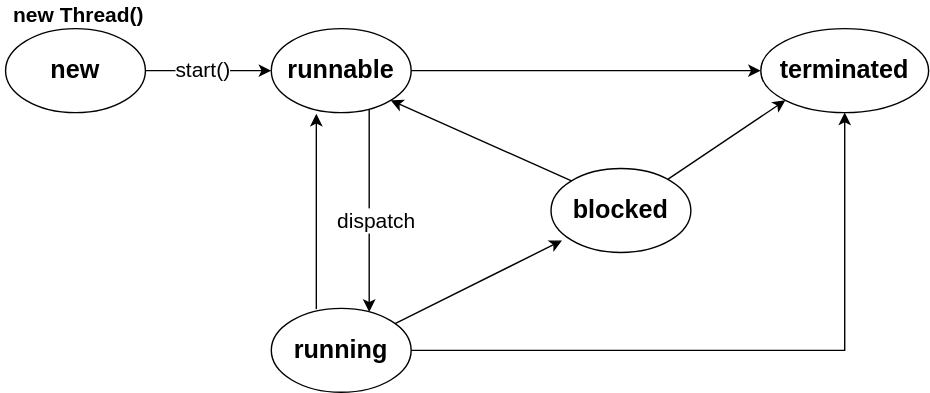
This is diagrams/java/se/05.thread.svg from Alice52/diagrams, a draw.io export, as it was before one commit. Source tidied: cells renumbered, new cells last; positions are measured from the earlier drawing's top-left corner, leaving out a move shared by most shapes. The source it was exported from:
```xml
<mxGraphModel>
  <root>
    <mxCell id="0" />
    <mxCell id="1" parent="0" />
    <mxCell id="2" style="edgeStyle=orthogonalEdgeStyle;rounded=0;jettySize=auto;html=1;" parent="1" edge="1" source="4" target="9">
      <mxGeometry relative="1" as="geometry">
        <Array as="points">
          <mxPoint x="123" y="50" />
          <mxPoint x="123" y="50" />
        </Array>
      </mxGeometry>
    </mxCell>
    <mxCell id="3" value="&lt;font size=&quot;1&quot;&gt;&lt;span style=&quot;font-size: 15px&quot;&gt;start()&lt;/span&gt;&lt;/font&gt;" style="edgeLabel;html=1;align=center;verticalAlign=middle;" parent="2" vertex="1">
      <mxGeometry x="-0.58" y="1" relative="1" as="geometry">
        <mxPoint x="21" y="-1" as="offset" />
      </mxGeometry>
    </mxCell>
    <mxCell id="4" value="&lt;b&gt;&lt;font style=&quot;font-size: 18px&quot;&gt;new&lt;/font&gt;&lt;/b&gt;" style="ellipse;whiteSpace=wrap;html=1;" parent="1" vertex="1">
      <mxGeometry x="3" y="20" width="100" height="60" as="geometry" />
    </mxCell>
    <mxCell id="5" value="&lt;b&gt;&lt;font style=&quot;font-size: 15px&quot;&gt;new Thread()&lt;/font&gt;&lt;/b&gt;" style="text;html=1;align=center;verticalAlign=middle;" parent="1" vertex="1">
      <mxGeometry width="110" height="20" as="geometry" />
    </mxCell>
    <mxCell id="6" style="edgeStyle=orthogonalEdgeStyle;rounded=0;jettySize=auto;html=1;" parent="1" edge="1" source="9" target="12">
      <mxGeometry relative="1" as="geometry">
        <Array as="points">
          <mxPoint x="263" y="120" />
          <mxPoint x="263" y="120" />
        </Array>
      </mxGeometry>
    </mxCell>
    <mxCell id="7" value="&lt;font style=&quot;font-size: 15px&quot;&gt;dispatch&lt;/font&gt;" style="edgeLabel;html=1;align=center;verticalAlign=middle;" parent="6" vertex="1">
      <mxGeometry x="0.26" y="4" relative="1" as="geometry">
        <mxPoint y="-11.5" as="offset" />
      </mxGeometry>
    </mxCell>
    <mxCell id="8" style="edgeStyle=orthogonalEdgeStyle;rounded=0;jettySize=auto;html=1;entryX=0;entryY=0.5;entryDx=0;entryDy=0;" parent="1" edge="1" source="9" target="13">
      <mxGeometry relative="1" as="geometry" />
    </mxCell>
    <mxCell id="9" value="&lt;b&gt;&lt;font style=&quot;font-size: 18px&quot;&gt;runnable&lt;/font&gt;&lt;/b&gt;" style="ellipse;whiteSpace=wrap;html=1;" parent="1" vertex="1">
      <mxGeometry x="193" y="20" width="100" height="60" as="geometry" />
    </mxCell>
    <mxCell id="10" style="edgeStyle=orthogonalEdgeStyle;rounded=0;jettySize=auto;html=1;exitX=0.322;exitY=0.009;exitDx=0;exitDy=0;entryX=0.322;entryY=1.014;entryDx=0;entryDy=0;entryPerimeter=0;exitPerimeter=0;" parent="1" edge="1" source="12" target="9">
      <mxGeometry relative="1" as="geometry" />
    </mxCell>
    <mxCell id="11" style="edgeStyle=orthogonalEdgeStyle;rounded=0;jettySize=auto;html=1;entryX=0.5;entryY=1;entryDx=0;entryDy=0;" parent="1" edge="1" source="12" target="13">
      <mxGeometry relative="1" as="geometry" />
    </mxCell>
    <mxCell id="12" value="&lt;b&gt;&lt;font style=&quot;font-size: 18px&quot;&gt;running&lt;/font&gt;&lt;/b&gt;" style="ellipse;whiteSpace=wrap;html=1;" parent="1" vertex="1">
      <mxGeometry x="193" y="220" width="100" height="60" as="geometry" />
    </mxCell>
    <mxCell id="13" value="&lt;b&gt;&lt;font style=&quot;font-size: 18px&quot;&gt;terminated&lt;/font&gt;&lt;/b&gt;" style="ellipse;whiteSpace=wrap;html=1;" parent="1" vertex="1">
      <mxGeometry x="543" y="20" width="120" height="60" as="geometry" />
    </mxCell>
    <mxCell id="14" value="&lt;b&gt;&lt;font style=&quot;font-size: 18px&quot;&gt;blocked&lt;/font&gt;&lt;/b&gt;" style="ellipse;whiteSpace=wrap;html=1;" parent="1" vertex="1">
      <mxGeometry x="393" y="120" width="100" height="60" as="geometry" />
    </mxCell>
    <mxCell id="15" style="endArrow=classic;html=1;entryX=1;entryY=1;entryDx=0;entryDy=0;exitX=0;exitY=0;exitDx=0;exitDy=0;" parent="1" edge="1" source="14" target="9">
      <mxGeometry relative="1" as="geometry" />
    </mxCell>
    <mxCell id="16" style="endArrow=classic;html=1;entryX=0.079;entryY=0.857;entryDx=0;entryDy=0;entryPerimeter=0;" parent="1" edge="1" source="12" target="14">
      <mxGeometry relative="1" as="geometry" />
    </mxCell>
    <mxCell id="17" style="endArrow=classic;html=1;entryX=0;entryY=1;entryDx=0;entryDy=0;" parent="1" edge="1" source="14" target="13">
      <mxGeometry relative="1" as="geometry" />
    </mxCell>
  </root>
</mxGraphModel>
```
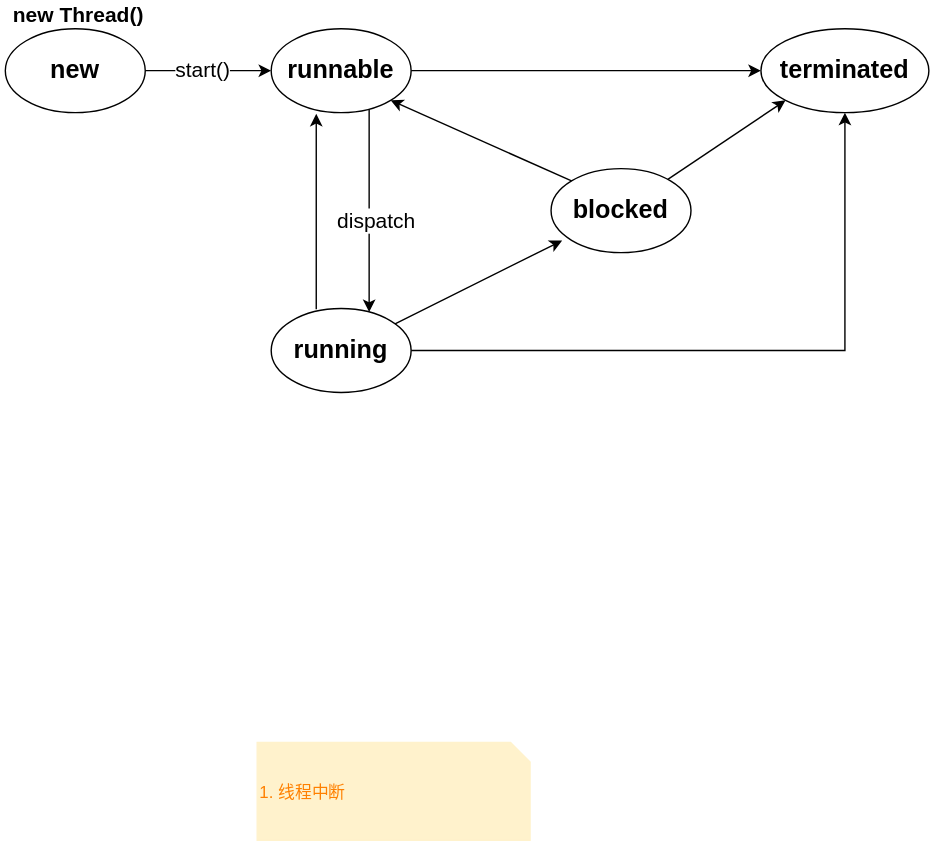
Above is the later version.

What changed in the source:
```diff
@@ -64,5 +64,8 @@
     <mxCell id="17" style="endArrow=classic;html=1;entryX=0;entryY=1;entryDx=0;entryDy=0;" parent="1" edge="1" source="14" target="13">
       <mxGeometry relative="1" as="geometry" />
     </mxCell>
+    <mxCell id="18" value="&lt;font style=&quot;font-size: 12px&quot;&gt;&lt;font color=&quot;#ff8000&quot;&gt;&amp;nbsp; 1. 线程中断&lt;/font&gt;&lt;br&gt;&lt;/font&gt;" style="shape=note;strokeWidth=1;fontSize=14;size=14;whiteSpace=wrap;html=1;align=left;fillColor=#FFF2CC;strokeColor=#FFF2CC;gradientColor=#FFF2CC;" parent="1" vertex="1">
+      <mxGeometry x="183" y="530" width="195" height="70" as="geometry" />
+    </mxCell>
   </root>
 </mxGraphModel>
```
